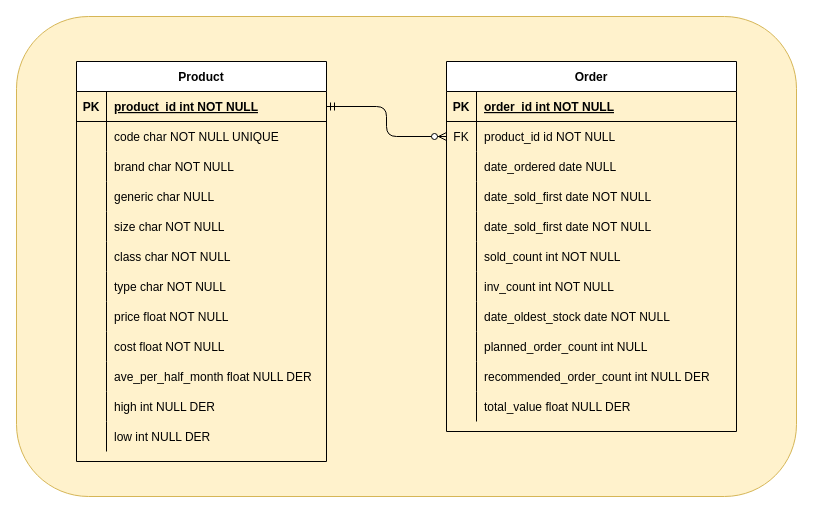
Above: db-design.drawio in thisLexic/pharma-order (draw.io), before the change. Source tidied: cells renumbered, new cells numbered last; positions are measured from the earlier drawing's top-left corner, leaving out a move shared by most shapes. Both pictures are drawn from the tidied source at 100%, with x=0, y=0 at pixel (16, 16).
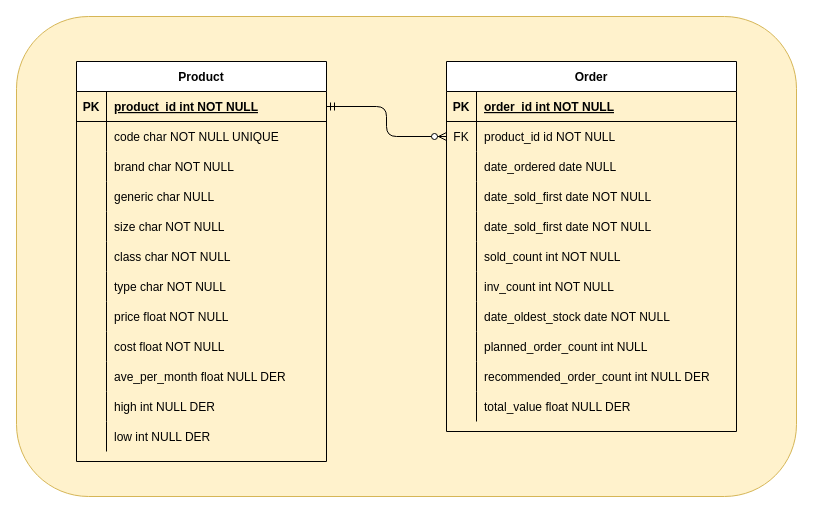
The same page after the edit.

Commit message:
changed field name

Unchanged cells that the change refers to:
```xml
<mxCell id="31" style="shape=partialRectangle;fillColor=none;top=0;left=0;right=0;bottom=0;" parent="3" vertex="1">
  <mxGeometry y="300" width="250" height="30" as="geometry" />
</mxCell>
```

Diff of the diagram source:
```diff
@@
-    <mxCell id="33" value="ave_per_half_month float NULL DER" style="shape=partialRectangle;overflow=hidden;fillColor=none;top=0;left=0;bottom=0;right=0;align=left;spacingLeft=6;" parent="31" vertex="1">
+    <mxCell id="33" value="ave_per_month float NULL DER" style="shape=partialRectangle;overflow=hidden;fillColor=none;top=0;left=0;bottom=0;right=0;align=left;spacingLeft=6;" parent="31" vertex="1">
       <mxGeometry x="30" width="220" height="30" as="geometry" />
     </mxCell>
```
